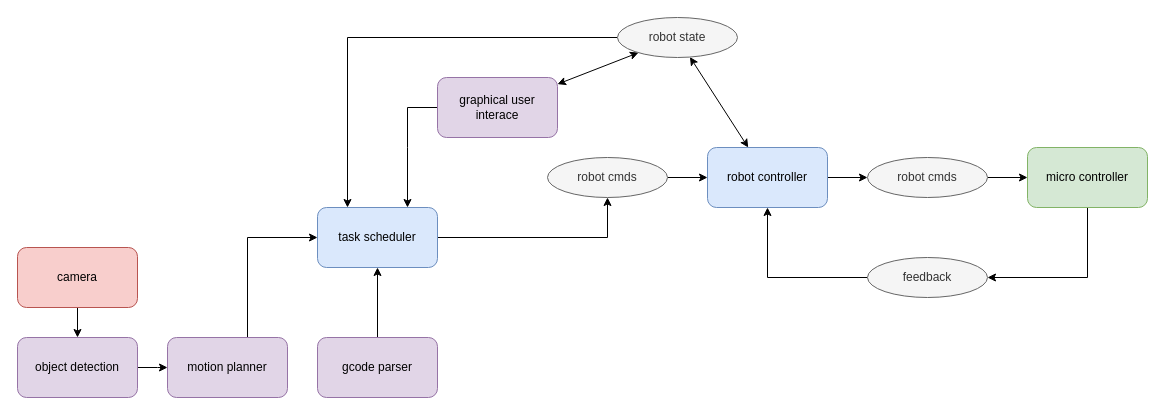
itacarobotics/Metis keeps this draw.io diagram as docs/assets/drawio/nodes_diagram.drawio. Above is the earlier version. Source tidied: cells renumbered, new cells numbered last; positions are measured from the earlier drawing's top-left corner, leaving out a move shared by most shapes. Both pictures are drawn from the tidied source at 100%, with x=0, y=0 at pixel (17, 17).
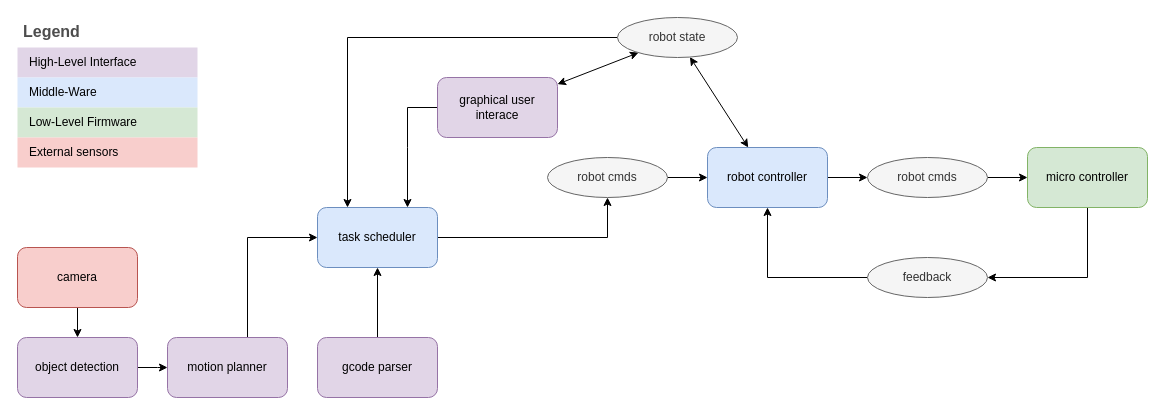
After the change.

Change to the diagram source:
```diff
@@
+    <mxCell id="28" value="Legend" style="shape=table;startSize=30;childLayout=tableLayout;fontSize=16;align=left;verticalAlign=top;fillColor=none;strokeColor=none;fontColor=#4D4D4D;fontStyle=1;spacingLeft=6;spacing=0;swimlaneFillColor=none;rounded=0;strokeWidth=2;swimlaneLine=1;shadow=0;" parent="1" vertex="1">
+      <mxGeometry width="180" height="150" as="geometry" />
+    </mxCell>
+    <mxCell id="29" style="shape=tableRow;horizontal=0;startSize=0;swimlaneHead=0;swimlaneBody=0;strokeColor=inherit;top=0;left=0;bottom=0;right=0;fillColor=none;fontSize=12;" parent="28" vertex="1">
+      <mxGeometry y="30" width="180" height="30" as="geometry" />
+    </mxCell>
+    <mxCell id="30" value="High-Level Interface" style="shape=partialRectangle;html=1;whiteSpace=wrap;strokeColor=#9673a6;overflow=hidden;fillColor=#e1d5e7;top=0;left=0;bottom=0;right=0;fontSize=12;align=left;spacingLeft=10;spacingRight=4;" parent="29" vertex="1">
+      <mxGeometry width="180" height="30" as="geometry" />
+    </mxCell>
+    <mxCell id="31" style="shape=tableRow;horizontal=0;startSize=0;swimlaneHead=0;swimlaneBody=0;strokeColor=inherit;top=0;left=0;bottom=0;right=0;fillColor=none;fontSize=12;" parent="28" vertex="1">
+      <mxGeometry y="60" width="180" height="30" as="geometry" />
+    </mxCell>
+    <mxCell id="32" value="Middle-Ware" style="shape=partialRectangle;html=1;whiteSpace=wrap;strokeColor=#6c8ebf;overflow=hidden;fillColor=#dae8fc;top=0;left=0;bottom=0;right=0;fontSize=12;align=left;spacingLeft=10;spacingRight=4;" parent="31" vertex="1">
+      <mxGeometry width="180" height="30" as="geometry" />
+    </mxCell>
+    <mxCell id="33" style="shape=tableRow;horizontal=0;startSize=0;swimlaneHead=0;swimlaneBody=0;strokeColor=inherit;top=0;left=0;bottom=0;right=0;fillColor=none;fontSize=12;" parent="28" vertex="1">
+      <mxGeometry y="90" width="180" height="30" as="geometry" />
+    </mxCell>
+    <mxCell id="34" value="Low-Level Firmware" style="shape=partialRectangle;html=1;whiteSpace=wrap;strokeColor=#82b366;overflow=hidden;fillColor=#d5e8d4;top=0;left=0;bottom=0;right=0;fontSize=12;align=left;spacingLeft=10;spacingRight=4;" parent="33" vertex="1">
+      <mxGeometry width="180" height="30" as="geometry" />
+    </mxCell>
+    <mxCell id="35" style="shape=tableRow;horizontal=0;startSize=0;swimlaneHead=0;swimlaneBody=0;strokeColor=inherit;top=0;left=0;bottom=0;right=0;fillColor=none;fontSize=12;" parent="28" vertex="1">
+      <mxGeometry y="120" width="180" height="30" as="geometry" />
+    </mxCell>
+    <mxCell id="36" value="External sensors" style="shape=partialRectangle;html=1;whiteSpace=wrap;strokeColor=#b85450;overflow=hidden;fillColor=#f8cecc;top=0;left=0;bottom=0;right=0;fontSize=12;align=left;spacingLeft=10;spacingRight=4;" parent="35" vertex="1">
+      <mxGeometry width="180" height="30" as="geometry" />
+    </mxCell>
```
